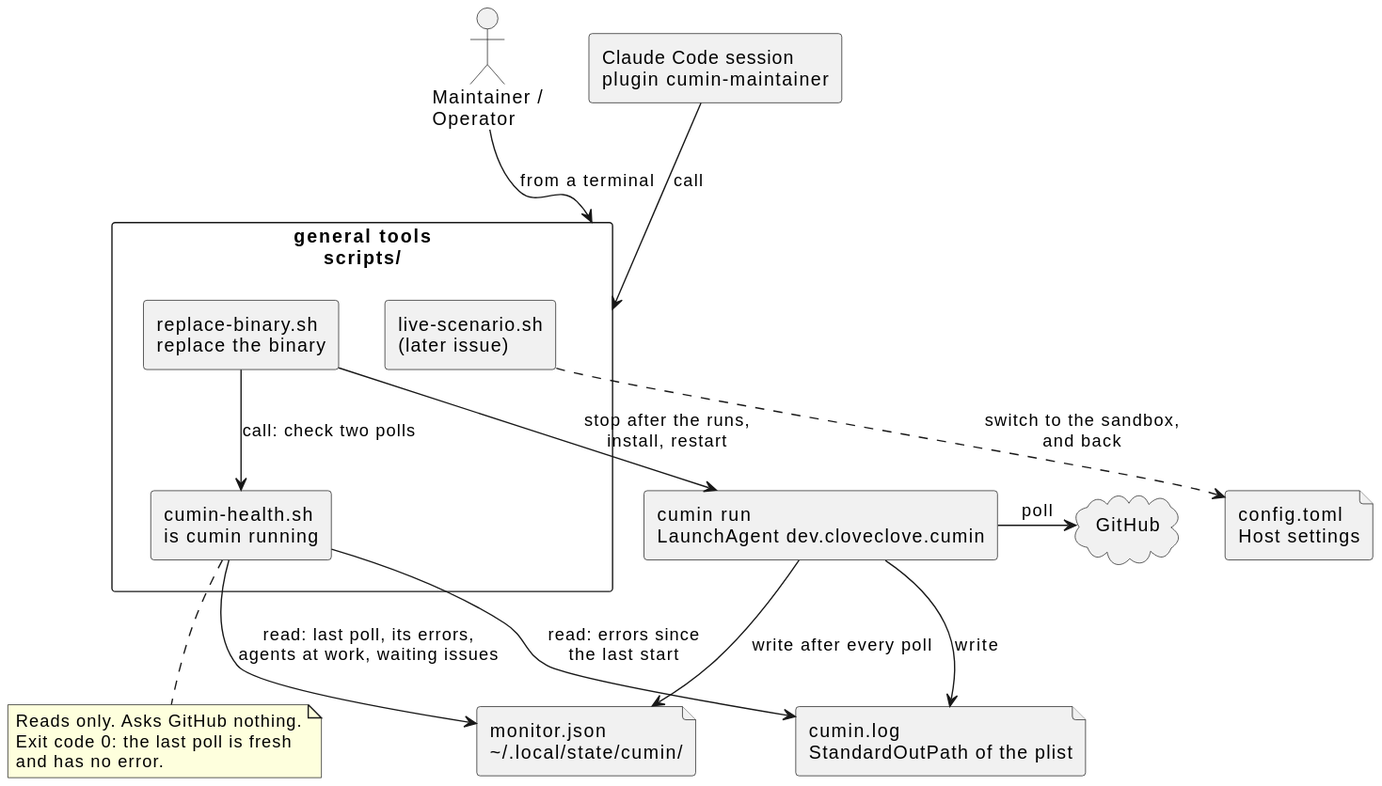
cloveclovedev/cumin-works keeps this PlantUML diagram as docs/ja/guides/host-tools.svg. Above is the earlier version.
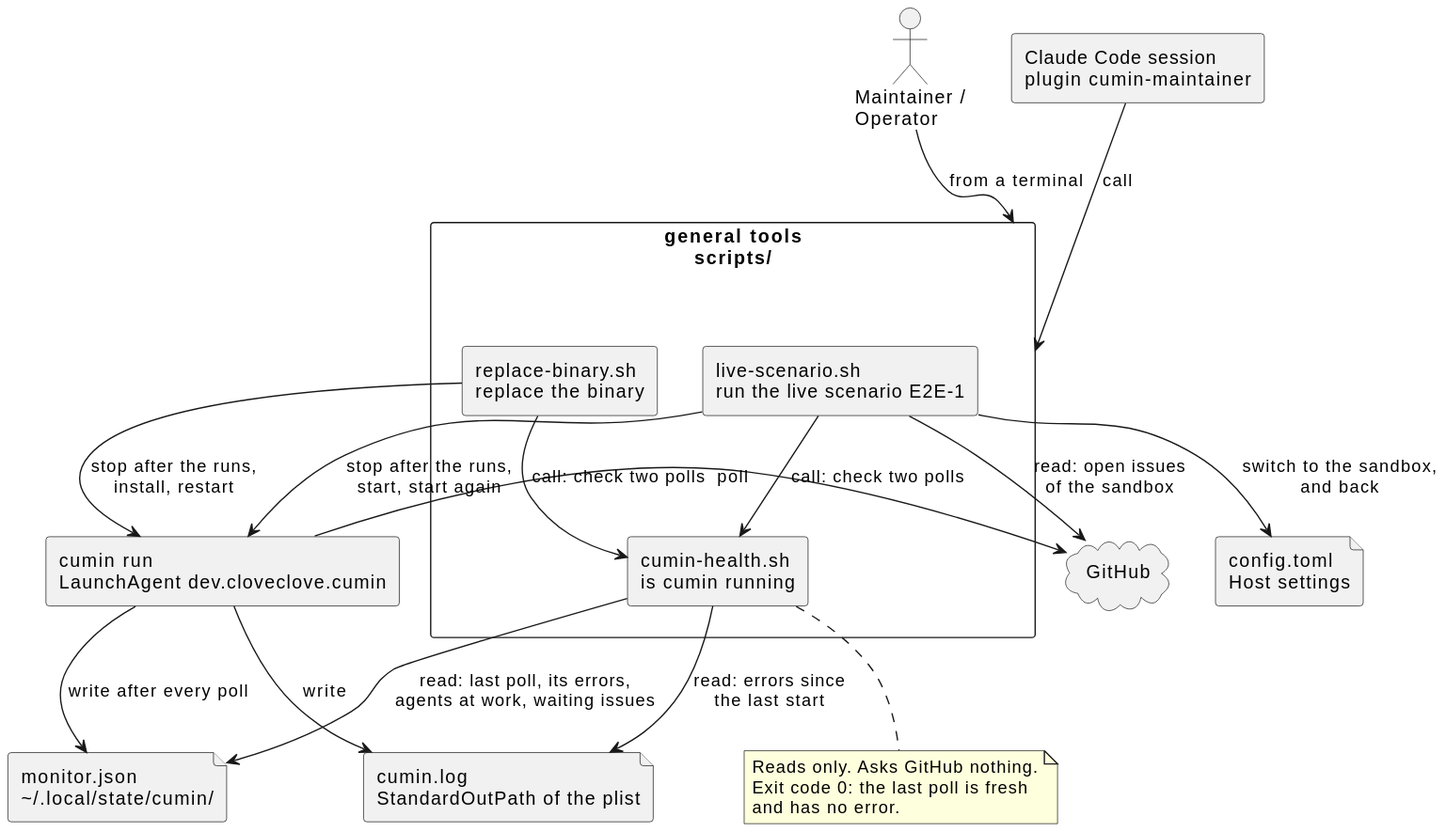
After the commit.

Commit message:
feat(scripts): add the tool that runs the live scenario E2E-1 (#723)

Diff of the diagram source:
```diff
@@ -8,7 +8,7 @@
 rectangle "general tools\nscripts/" as tools {
   rectangle "cumin-health.sh\nis cumin running" as health
   rectangle "replace-binary.sh\nreplace the binary" as replace
-  rectangle "live-scenario.sh\n(later issue)" as live
+  rectangle "live-scenario.sh\nrun the live scenario E2E-1" as live
 }
 
 rectangle "cumin run\nLaunchAgent dev.cloveclove.cumin" as run
@@ -28,7 +28,10 @@
 health --> log : read: errors since\nthe last start
 replace --> run : stop after the runs,\ninstall, restart
 replace --> health : call: check two polls
-live ..> settings : switch to the sandbox,\nand back
+live --> run : stop after the runs,\nstart, start again
+live --> settings : switch to the sandbox,\nand back
+live --> health : call: check two polls
+live --> github : read: open issues\nof the sandbox
 
 note bottom of health
   Reads only. Asks GitHub nothing.
```
